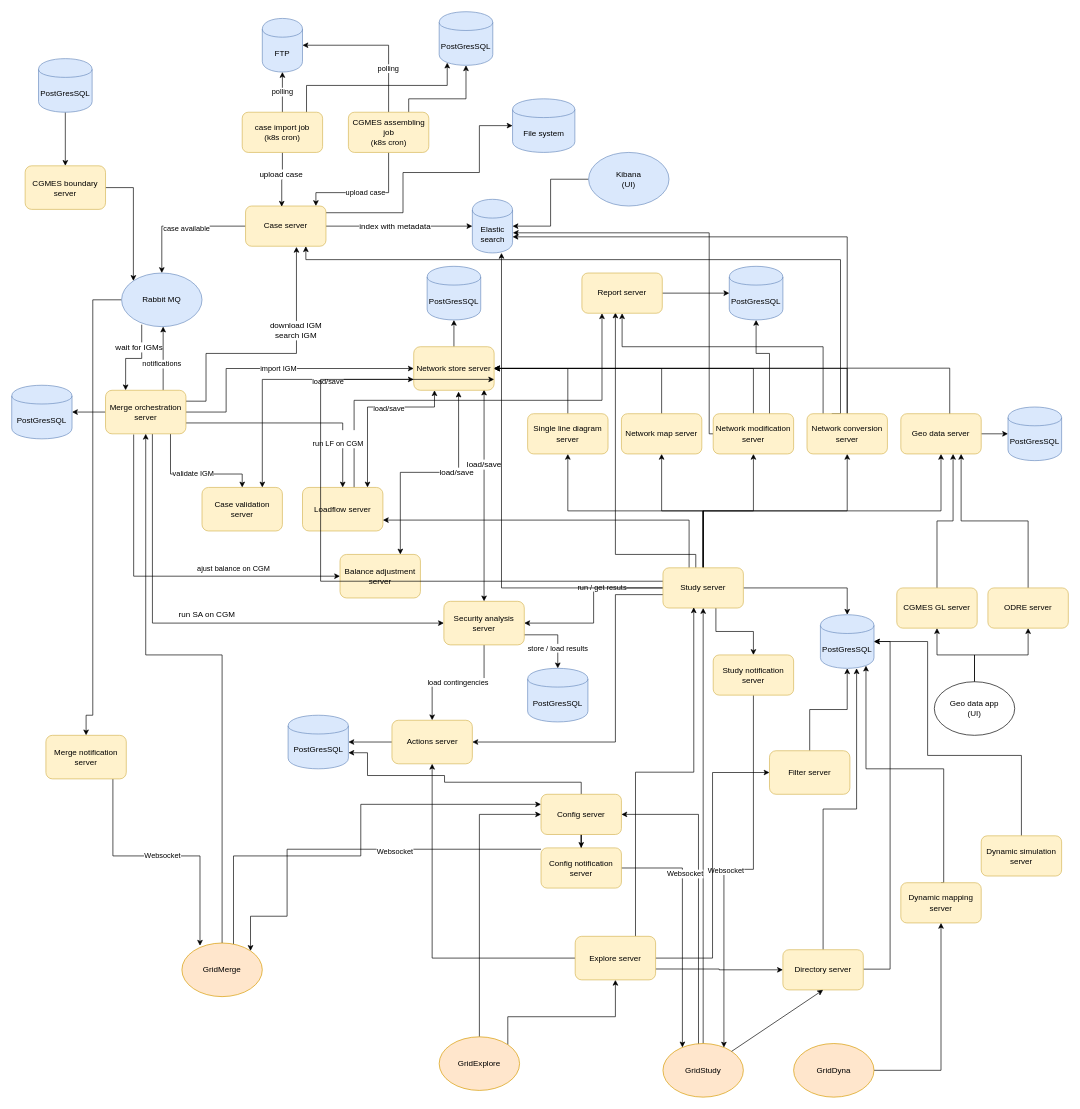
This is diagrams/gridsuite_architecture.drawio from gridsuite/documentation, a draw.io file, before an edit. Source tidied: cells renumbered, new cells numbered last; positions are measured from the earlier drawing's top-left corner, leaving out a move shared by most shapes. Both pictures are drawn from the tidied source at 67%, with x=0, y=0 at pixel (11, 11).
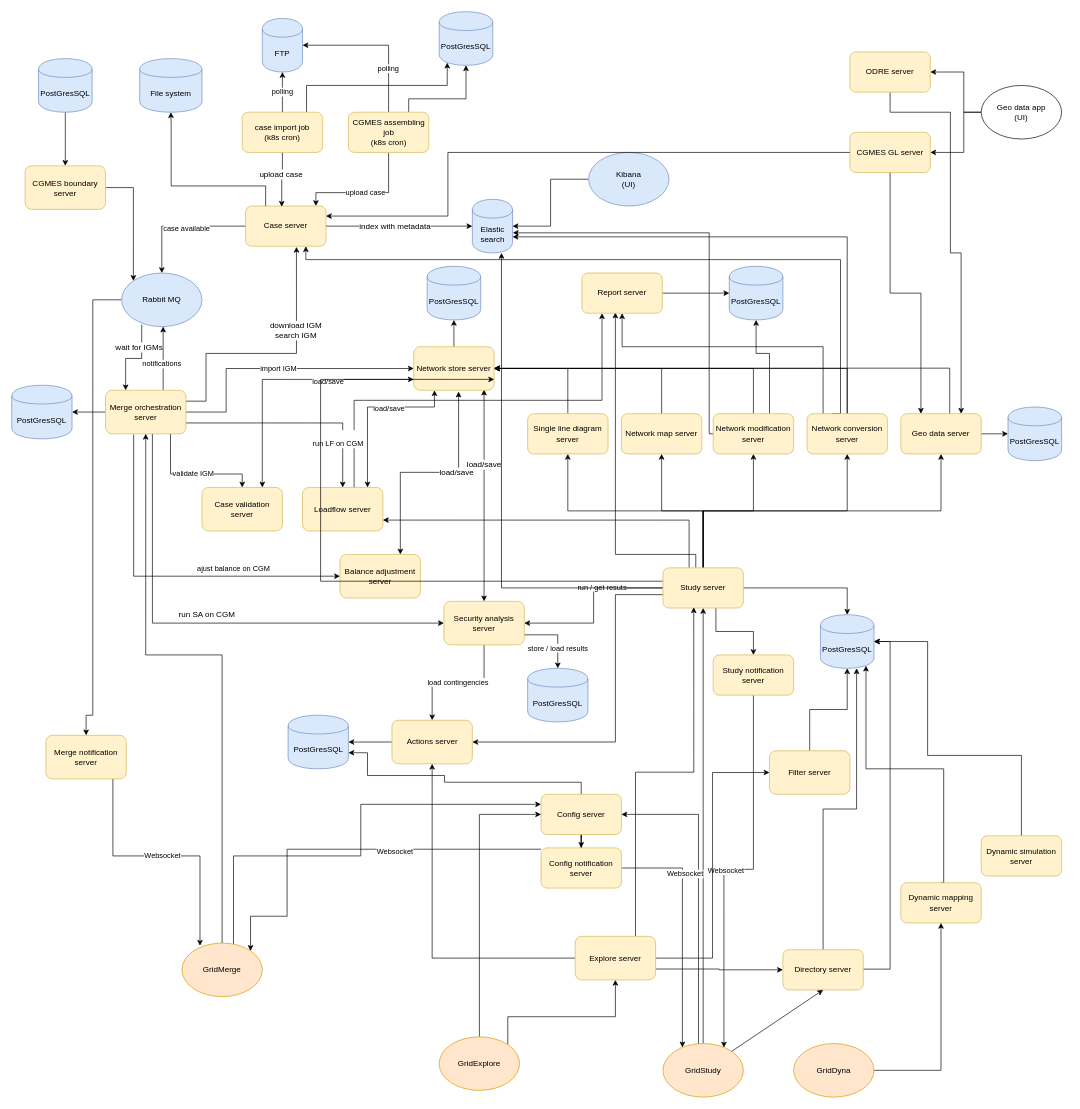
Above is the later version.

Commit message (it also covers changes not shown here):
Update diagram for cgmes gl server (#6)

Unchanged cells that the change refers to:
```xml
<mxCell id="8" value="Case server" style="rounded=1;whiteSpace=wrap;html=1;fillColor=#fff2cc;strokeColor=#d6b656;" parent="1" vertex="1">
  <mxGeometry x="349" y="290" width="120" height="60" as="geometry" />
</mxCell>
<mxCell id="92" value="Geo data server" style="rounded=1;whiteSpace=wrap;html=1;fillColor=#fff2cc;strokeColor=#d6b656;" parent="1" vertex="1">
  <mxGeometry x="1327" y="600" width="120" height="60" as="geometry" />
</mxCell>
```

The edit, as a diff of the source:
```diff
@@
-    <mxCell id="7" style="edgeStyle=orthogonalEdgeStyle;rounded=0;jettySize=auto;html=1;entryX=0;entryY=0.5;entryDx=0;entryDy=0;" parent="1" edge="1" source="8" target="104">
+    <mxCell id="7" style="edgeStyle=orthogonalEdgeStyle;rounded=0;jettySize=auto;html=1;entryX=0.5;entryY=1;entryDx=0;entryDy=0;exitX=0.25;exitY=0;exitDx=0;exitDy=0;" parent="1" edge="1" source="8" target="104">
       <mxGeometry relative="1" as="geometry">
         <Array as="points">
-          <mxPoint x="584" y="300" />
-          <mxPoint x="584" y="240" />
-          <mxPoint x="698" y="240" />
-          <mxPoint x="698" y="170" />
+          <mxPoint x="379" y="260" />
+          <mxPoint x="238" y="260" />
+          <mxPoint x="238" y="170" />
         </Array>
       </mxGeometry>
     </mxCell>
@@
-    <mxCell id="94" style="edgeStyle=orthogonalEdgeStyle;rounded=0;jettySize=auto;html=1;entryX=0.65;entryY=1;entryDx=0;entryDy=0;entryPerimeter=0;" parent="1" edge="1" source="95" target="92">
+    <mxCell id="94" style="edgeStyle=orthogonalEdgeStyle;rounded=0;jettySize=auto;html=1;entryX=0.25;entryY=0;entryDx=0;entryDy=0;" parent="1" edge="1" source="95" target="92">
       <mxGeometry relative="1" as="geometry" />
     </mxCell>
     <mxCell id="95" value="CGMES GL server" style="rounded=1;whiteSpace=wrap;html=1;fillColor=#fff2cc;strokeColor=#d6b656;" parent="1" vertex="1">
-      <mxGeometry x="1321" y="860" width="120" height="60" as="geometry" />
+      <mxGeometry x="1251" y="180" width="120" height="60" as="geometry" />
     </mxCell>
-    <mxCell id="96" style="edgeStyle=orthogonalEdgeStyle;rounded=0;jettySize=auto;html=1;entryX=0.75;entryY=1;entryDx=0;entryDy=0;exitX=0.5;exitY=0;exitDx=0;exitDy=0;" parent="1" edge="1" source="97" target="92">
-      <mxGeometry relative="1" as="geometry" />
+    <mxCell id="96" style="edgeStyle=orthogonalEdgeStyle;rounded=0;jettySize=auto;html=1;entryX=0.75;entryY=0;entryDx=0;entryDy=0;exitX=0.5;exitY=1;exitDx=0;exitDy=0;" parent="1" edge="1" source="97" target="92">
+      <mxGeometry relative="1" as="geometry">
+        <Array as="points">
+          <mxPoint x="1311" y="150" />
+          <mxPoint x="1401" y="150" />
+          <mxPoint x="1401" y="360" />
+          <mxPoint x="1417" y="360" />
+        </Array>
+      </mxGeometry>
     </mxCell>
     <mxCell id="97" value="ODRE server" style="rounded=1;whiteSpace=wrap;html=1;fillColor=#fff2cc;strokeColor=#d6b656;" parent="1" vertex="1">
-      <mxGeometry x="1457" y="860" width="120" height="60" as="geometry" />
+      <mxGeometry x="1251" y="60" width="120" height="60" as="geometry" />
     </mxCell>
-    <mxCell id="98" style="edgeStyle=orthogonalEdgeStyle;rounded=0;jettySize=auto;html=1;" parent="1" edge="1" source="100" target="95">
-      <mxGeometry relative="1" as="geometry" />
+    <mxCell id="98" style="edgeStyle=orthogonalEdgeStyle;rounded=0;jettySize=auto;html=1;exitX=0;exitY=0.5;exitDx=0;exitDy=0;" parent="1" edge="1" source="100" target="95">
+      <mxGeometry relative="1" as="geometry">
+        <Array as="points">
+          <mxPoint x="1421" y="150" />
+          <mxPoint x="1421" y="210" />
+        </Array>
+      </mxGeometry>
     </mxCell>
-    <mxCell id="99" style="edgeStyle=orthogonalEdgeStyle;rounded=0;jettySize=auto;html=1;entryX=0.5;entryY=1;entryDx=0;entryDy=0;" parent="1" edge="1" source="100" target="97">
-      <mxGeometry relative="1" as="geometry" />
+    <mxCell id="99" style="edgeStyle=orthogonalEdgeStyle;rounded=0;jettySize=auto;html=1;entryX=1;entryY=0.5;entryDx=0;entryDy=0;exitX=0;exitY=0.5;exitDx=0;exitDy=0;" parent="1" edge="1" source="100" target="97">
+      <mxGeometry relative="1" as="geometry">
+        <Array as="points">
+          <mxPoint x="1421" y="150" />
+          <mxPoint x="1421" y="90" />
+        </Array>
+      </mxGeometry>
     </mxCell>
     <mxCell id="100" value="&lt;div&gt;Geo data app &lt;br&gt;&lt;/div&gt;&lt;div&gt;(UI)&lt;/div&gt;" style="ellipse;whiteSpace=wrap;html=1;" parent="1" vertex="1">
-      <mxGeometry x="1377" y="1000" width="120" height="80" as="geometry" />
+      <mxGeometry x="1447" y="110" width="120" height="80" as="geometry" />
     </mxCell>
@@
     <mxCell id="104" value="File system" style="shape=cylinder;whiteSpace=wrap;html=1;boundedLbl=1;backgroundOutline=1;fillColor=#dae8fc;strokeColor=#6c8ebf;" parent="1" vertex="1">
-      <mxGeometry x="747.5" y="130" width="93" height="80" as="geometry" />
+      <mxGeometry x="191" y="70" width="93" height="80" as="geometry" />
     </mxCell>
@@
+    <mxCell id="152" style="endArrow=classic;html=1;rounded=0;entryX=1;entryY=0.25;entryDx=0;entryDy=0;exitX=0;exitY=0.5;exitDx=0;exitDy=0;edgeStyle=elbowEdgeStyle;" parent="1" edge="1" source="95" target="8">
+      <mxGeometry relative="1" as="geometry">
+        <Array as="points">
+          <mxPoint x="651" y="240" />
+        </Array>
+      </mxGeometry>
+    </mxCell>
```
